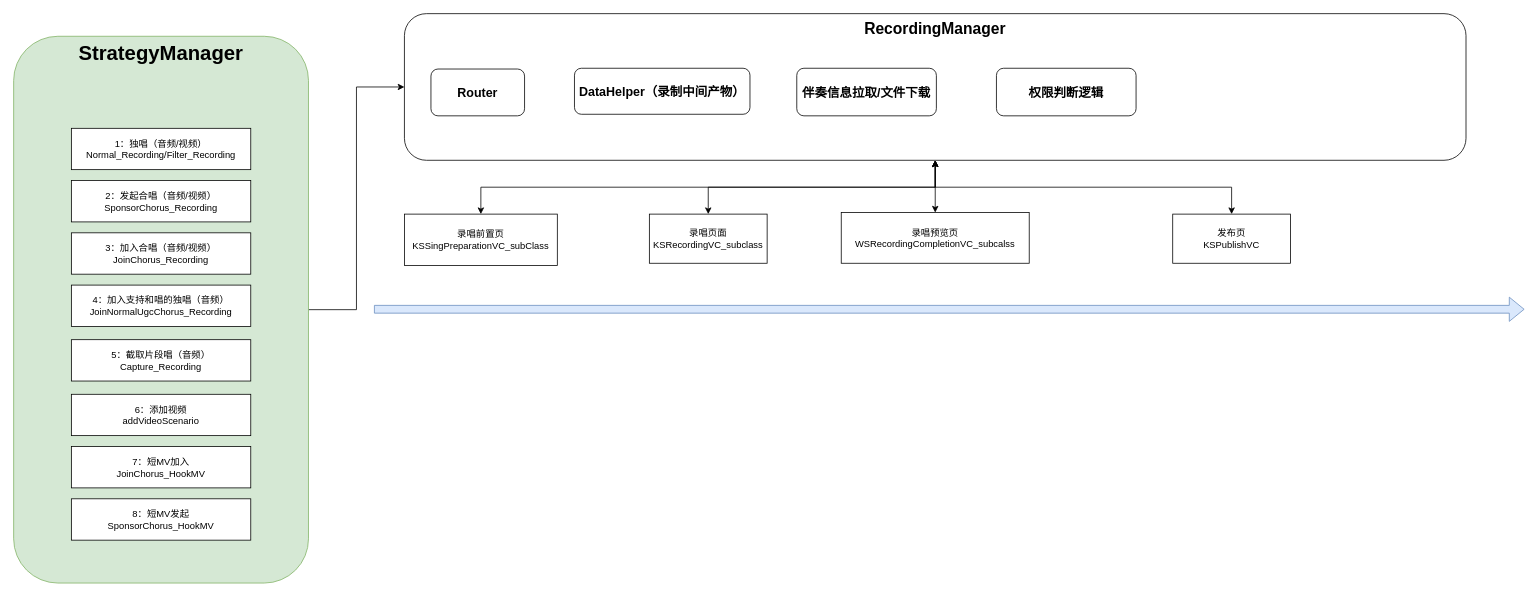
MolierQueen/Xmind keeps this draw.io diagram as newre.drawio. Above is the earlier version. Source tidied: cells renumbered, new cells numbered last; positions are measured from the earlier drawing's top-left corner, leaving out a move shared by most shapes. Both pictures are drawn from the tidied source at 78%, with x=0, y=0 at pixel (13, 13).
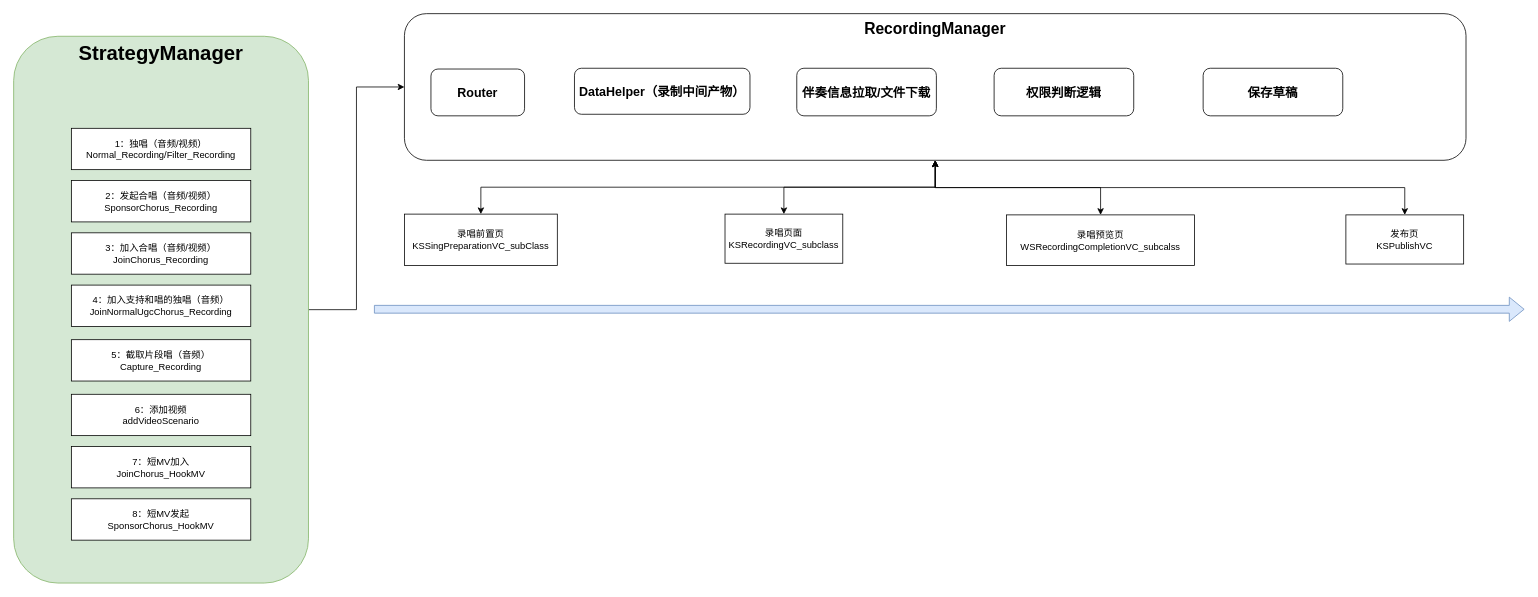
Above is the later version.

Diff of the diagram source:
```diff
@@
     <mxCell id="22" value="录唱页面&lt;br&gt;KSRecordingVC_subclass" style="rounded=0;whiteSpace=wrap;html=1;" parent="1" vertex="1">
-      <mxGeometry x="815" y="257" width="151" height="63" as="geometry" />
+      <mxGeometry x="912" y="257" width="151" height="63" as="geometry" />
     </mxCell>
@@
     <mxCell id="24" value="录唱预览页&lt;br&gt;WSRecordingCompletionVC_subcalss" style="rounded=0;whiteSpace=wrap;html=1;" parent="1" vertex="1">
-      <mxGeometry x="1061" y="255" width="241" height="65" as="geometry" />
+      <mxGeometry x="1273" y="258" width="241" height="65" as="geometry" />
     </mxCell>
@@
     <mxCell id="26" value="发布页&#10;KSPublishVC" style="rounded=0;whiteSpace=wrap;html=1;" parent="1" vertex="1">
-      <mxGeometry x="1486" y="257" width="151" height="63" as="geometry" />
+      <mxGeometry x="1708" y="258" width="151" height="63" as="geometry" />
     </mxCell>
@@
     <mxCell id="28" value="权限判断逻辑" style="rounded=1;whiteSpace=wrap;html=1;verticalAlign=middle;fontStyle=1;fontSize=16;" parent="1" vertex="1">
-      <mxGeometry x="1260" y="70" width="179" height="61" as="geometry" />
+      <mxGeometry x="1257" y="70" width="179" height="61" as="geometry" />
     </mxCell>
+    <mxCell id="29" value="保存草稿" style="rounded=1;whiteSpace=wrap;html=1;verticalAlign=middle;fontStyle=1;fontSize=16;" parent="1" vertex="1">
+      <mxGeometry x="1525" y="70" width="179" height="61" as="geometry" />
+    </mxCell>
```
